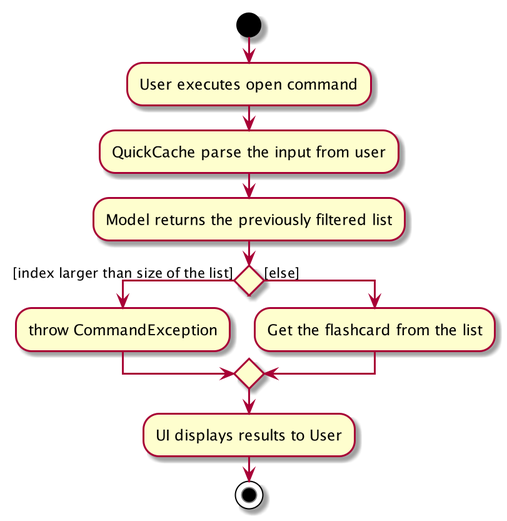
This is docs/images/OpenFlashcardActivityDiagram.png from nus-cs2103-AY2021S1/tp, a PlantUML export, as it was before one commit. Its diagram source:
```plantuml
@startuml
start
:User executes open command;
:QuickCache parse the input from user;
:Model returns the previously filtered list;


if () then ([index larger than size of the list])
    :throw CommandException;
else ([else])
    :Get the flashcard from the list;
endif
:UI displays results to User;
stop
@enduml
```
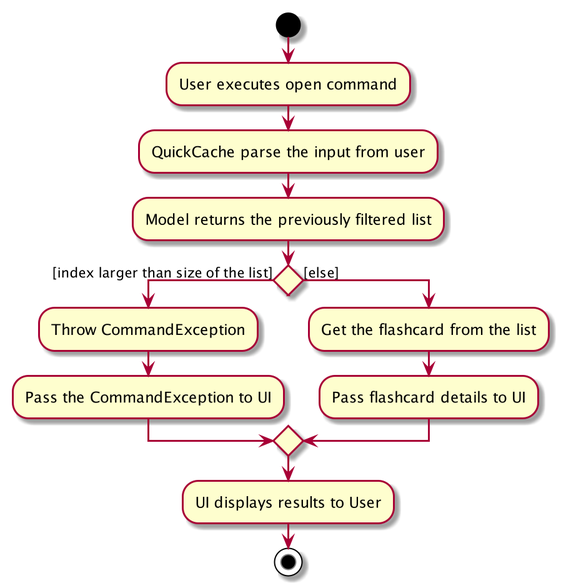
After the change.

Commit message:
Edit Open Flashcard Activity Diagram

The edit, as a diff of the source:
```diff
@@ -6,9 +6,11 @@
 
 
 if () then ([index larger than size of the list])
-    :throw CommandException;
+    :Throw CommandException;
+    :Pass the CommandException to UI;
 else ([else])
     :Get the flashcard from the list;
+    :Pass flashcard details to UI;
 endif
 :UI displays results to User;
 stop
```
